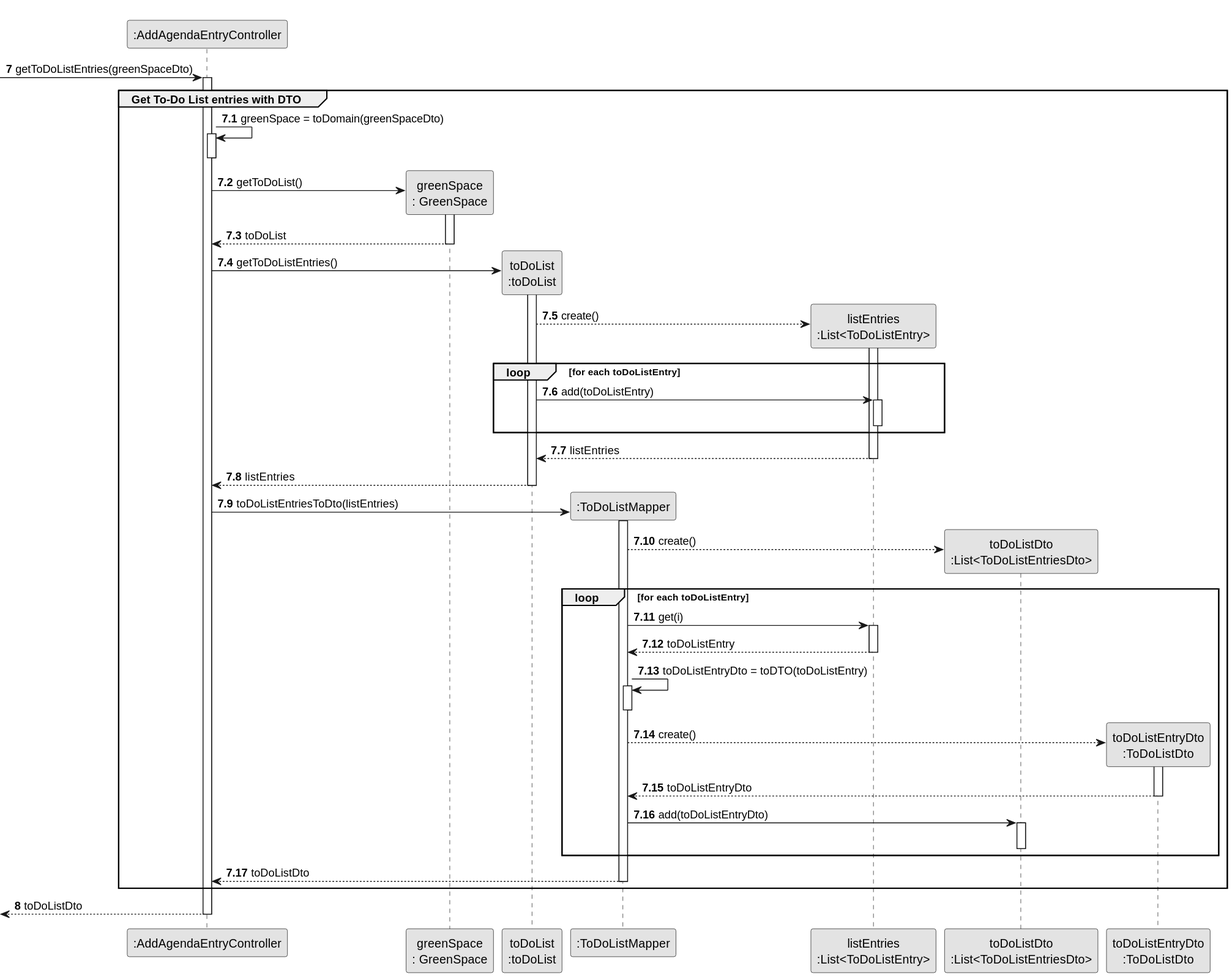
diogoveirospro/lei-24-s2-1dg-g072 keeps this PlantUML diagram as docs/sprintC/us022/03.design/svg/us022-sequence-diagram-partial-get-to-do-list-entries-with-dto.svg. Above is the earlier version.
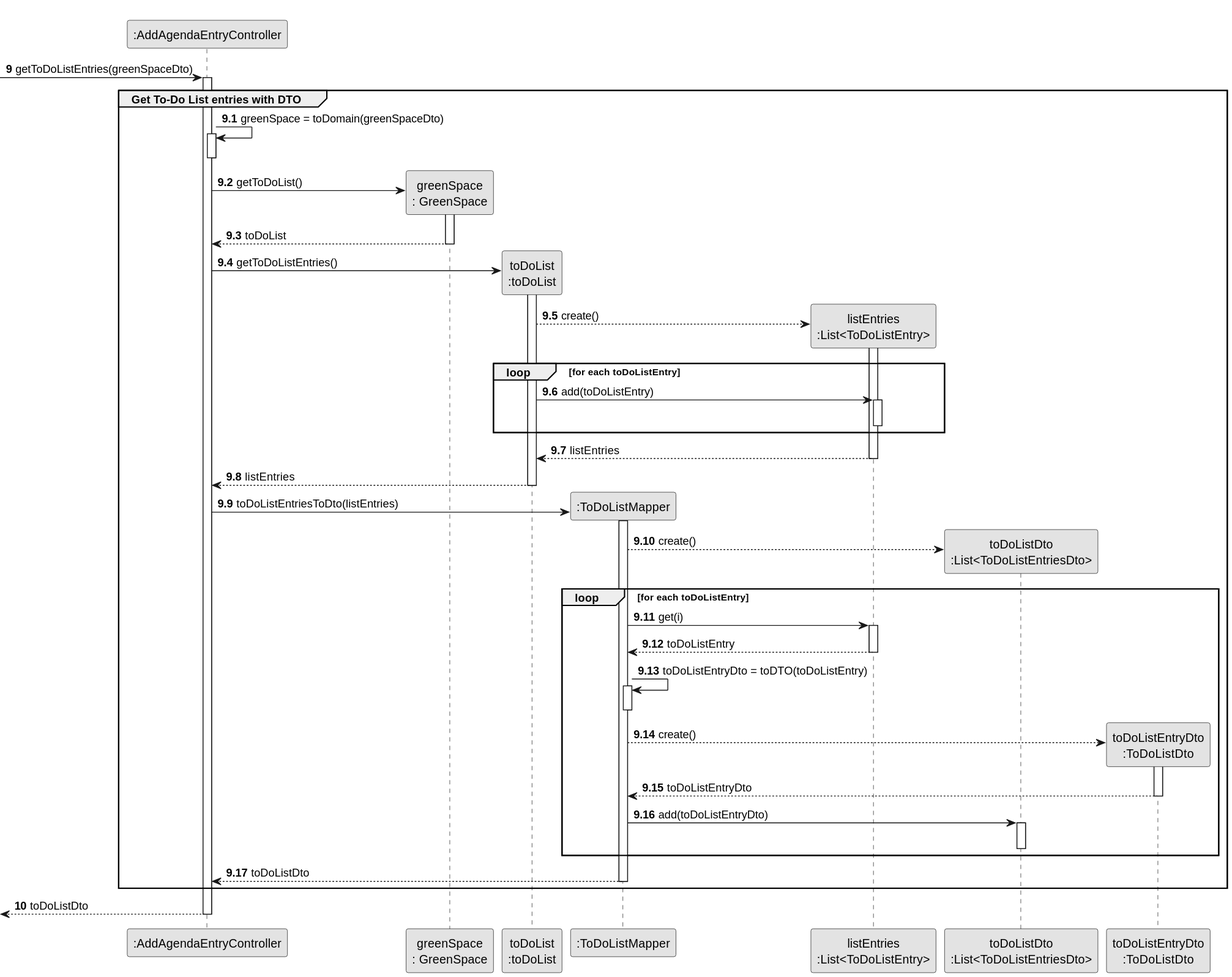
After the commit.

Diff of the diagram source:
```diff
@@ -11,10 +11,10 @@
 participant "toDoListDto\n:List<ToDoListEntriesDto>" as TODOLISTDTO
 participant "toDoListEntryDto\n:ToDoListDto" as TODOLISTENTRYDTO
 
-autonumber 7
+autonumber 9
 -> CTRL: getToDoListEntries(greenSpaceDto)
 
-autonumber 7.1
+autonumber 9.1
 activate CTRL
     group Get To-Do List entries with DTO
 
@@ -80,7 +80,7 @@
 
     end
 
-    autonumber 8
+    autonumber 10
     <-- CTRL : toDoListDto
 deactivate CTRL
 @enduml
```
